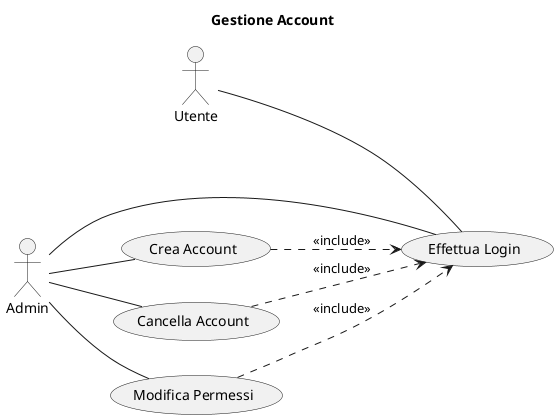
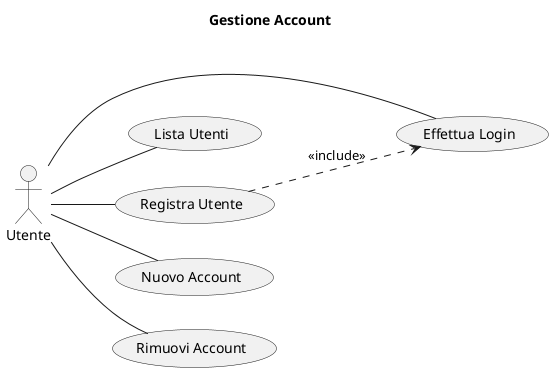
@startuml gestioneaccount

title "Gestione Account"
left to right direction

actor Utente
- actor Admin

usecase "Effettua Login" as Login
- usecase "Crea Account" as Crea
- usecase "Cancella Account" as Cancella
- usecase "Modifica Permessi" as Modifica
+ usecase "Lista Utenti" as Lista
+ usecase "Registra Utente" as Registra
+ usecase "Nuovo Account" as Nuovo
+ usecase "Rimuovi Account" as Cancella

Utente -- Login
- Admin -- Login
- Admin -- Crea
- Admin -- Cancella
- Admin -- Modifica
+ Utente -- Lista
+ Utente -- Registra
+ Utente -- Nuovo
+ Utente -- Cancella

- Crea ..> Login: <<include>>
- Cancella ..> Login: <<include>>
- Modifica ..> Login: <<include>>
+ Registra ..> Login: <<include>>

@enduml